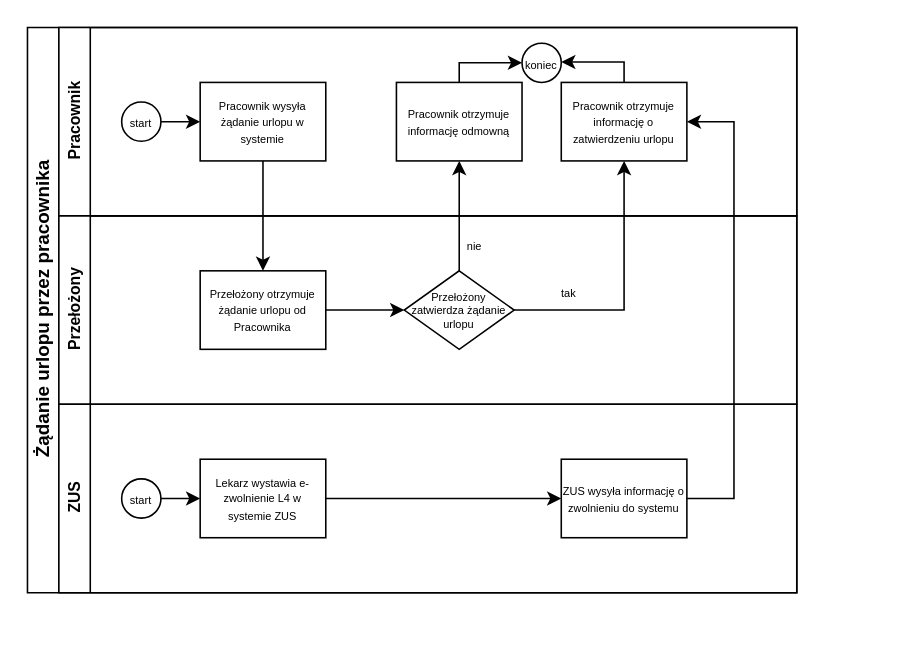
radekchybowski/cokolwiek keeps this draw.io diagram as Diagram bez tytułu.drawio. Above is the earlier version. Source tidied: cells renumbered, new cells numbered last; positions are measured from the earlier drawing's top-left corner, leaving out a move shared by most shapes. Both pictures are drawn from the tidied source at 157%, with x=0, y=0 at pixel (27, 27).
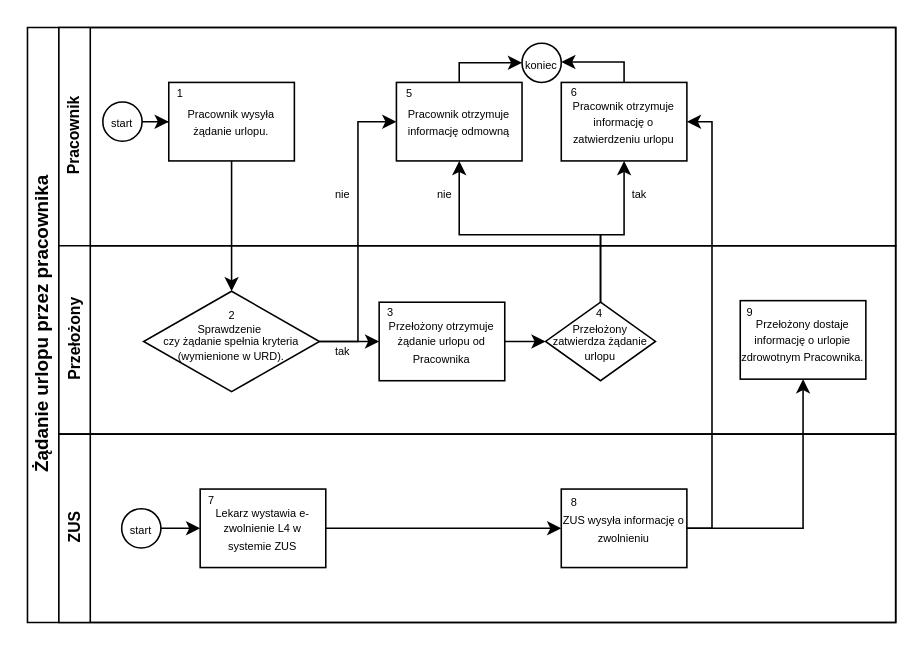
The same diagram, later.

Unchanged cells that the change refers to:
```xml
<mxCell id="7" value="&lt;p style=&quot;line-height: 70%;&quot;&gt;&lt;font style=&quot;font-size: 7px;&quot;&gt;Pracownik otrzymuje informację o zatwierdzeniu urlopu&lt;/font&gt;&lt;/p&gt;" style="rounded=0;whiteSpace=wrap;html=1;fontFamily=Helvetica;fontSize=12;fontColor=#000000;align=center;" parent="3" vertex="1">
  <mxGeometry x="320" y="35" width="80" height="50" as="geometry" />
</mxCell>
<mxCell id="11" value="&lt;p style=&quot;line-height: 70%;&quot;&gt;&lt;font style=&quot;font-size: 7px;&quot;&gt;Pracownik otrzymuje informację odmowną&lt;/font&gt;&lt;/p&gt;" style="rounded=0;whiteSpace=wrap;html=1;fontFamily=Helvetica;fontSize=12;fontColor=#000000;align=center;" parent="3" vertex="1">
  <mxGeometry x="215" y="35" width="80" height="50" as="geometry" />
</mxCell>
```

The edit, as a diff of the source:
```diff
@@
     <mxCell id="2" value="Żądanie urlopu przez pracownika" style="swimlane;html=1;horizontal=0;startSize=20;" parent="1" vertex="1">
-      <mxGeometry width="490" height="360" as="geometry" />
+      <mxGeometry width="553" height="379" as="geometry" />
     </mxCell>
     <mxCell id="3" value="&lt;font style=&quot;font-size: 10px;&quot;&gt;Pracownik&lt;/font&gt;" style="swimlane;html=1;startSize=20;horizontal=0;" parent="2" vertex="1">
-      <mxGeometry x="20" width="470" height="120" as="geometry" />
+      <mxGeometry x="20" width="533" height="139" as="geometry" />
     </mxCell>
@@
-    <mxCell id="5" value="&lt;p style=&quot;line-height: 70%;&quot;&gt;&lt;font style=&quot;font-size: 7px;&quot;&gt;Pracownik wysyła żądanie urlopu w systemie&lt;/font&gt;&lt;/p&gt;" style="rounded=0;whiteSpace=wrap;html=1;fontFamily=Helvetica;fontSize=12;fontColor=#000000;align=center;" parent="3" vertex="1">
-      <mxGeometry x="90" y="35" width="80" height="50" as="geometry" />
-    </mxCell>
@@
     <mxCell id="8" value="&lt;p style=&quot;line-height: 0%;&quot;&gt;&lt;font style=&quot;font-size: 7px;&quot;&gt;s&lt;/font&gt;&lt;font style=&quot;font-size: 7px;&quot;&gt;t&lt;/font&gt;&lt;font style=&quot;font-size: 7px;&quot;&gt;a&lt;/font&gt;&lt;font style=&quot;font-size: 7px;&quot;&gt;rt&lt;/font&gt;&lt;/p&gt;" style="ellipse;whiteSpace=wrap;html=1;" parent="3" vertex="1">
-      <mxGeometry x="40" y="47.5" width="25" height="25" as="geometry" />
+      <mxGeometry x="28" y="47.5" width="25" height="25" as="geometry" />
     </mxCell>
@@
+    <mxCell id="28" style="group;" parent="3" vertex="1">
+      <mxGeometry x="65" y="31" width="85" height="54" as="geometry" />
+    </mxCell>
+    <mxCell id="5" value="&lt;p style=&quot;line-height: 70%;&quot;&gt;&lt;font style=&quot;font-size: 7px;&quot;&gt;Pracownik wysyła żądanie urlopu.&lt;/font&gt;&lt;/p&gt;" style="rounded=0;whiteSpace=wrap;html=1;fontFamily=Helvetica;fontSize=12;fontColor=#000000;align=center;" parent="28" vertex="1">
+      <mxGeometry x="5" y="4" width="80" height="50" as="geometry" />
+    </mxCell>
+    <mxCell id="29" value="&lt;font style=&quot;font-size: 7px;&quot;&gt;1&lt;/font&gt;" style="text;html=1;strokeColor=none;fillColor=none;align=center;verticalAlign=middle;whiteSpace=wrap;rounded=0;" parent="28" vertex="1">
+      <mxGeometry width="25" height="20" as="geometry" />
+    </mxCell>
+    <mxCell id="30" value="&lt;font style=&quot;font-size: 7px;&quot;&gt;5&lt;br&gt;&lt;/font&gt;" style="text;html=1;strokeColor=none;fillColor=none;align=center;verticalAlign=middle;whiteSpace=wrap;rounded=0;" parent="3" vertex="1">
+      <mxGeometry x="211" y="31" width="25" height="20" as="geometry" />
+    </mxCell>
+    <mxCell id="31" value="&lt;font style=&quot;font-size: 7px;&quot;&gt;6&lt;br&gt;&lt;/font&gt;" style="text;html=1;strokeColor=none;fillColor=none;align=center;verticalAlign=middle;whiteSpace=wrap;rounded=0;" parent="3" vertex="1">
+      <mxGeometry x="316" y="30" width="25" height="20" as="geometry" />
+    </mxCell>
+    <mxCell id="17" value="&lt;font style=&quot;font-size: 7px;&quot;&gt;tak&lt;/font&gt;" style="text;html=1;strokeColor=none;fillColor=none;align=center;verticalAlign=middle;whiteSpace=wrap;rounded=0;" parent="3" vertex="1">
+      <mxGeometry x="355" y="97" width="30" height="15" as="geometry" />
+    </mxCell>
+    <mxCell id="16" value="&lt;font style=&quot;font-size: 7px;&quot;&gt;nie&lt;/font&gt;" style="text;html=1;strokeColor=none;fillColor=none;align=center;verticalAlign=middle;whiteSpace=wrap;rounded=0;" parent="3" vertex="1">
+      <mxGeometry x="231" y="97" width="30" height="15" as="geometry" />
+    </mxCell>
+    <mxCell id="32" value="&lt;font style=&quot;font-size: 7px;&quot;&gt;nie&lt;/font&gt;" style="text;html=1;strokeColor=none;fillColor=none;align=center;verticalAlign=middle;whiteSpace=wrap;rounded=0;" parent="3" vertex="1">
+      <mxGeometry x="166" y="97" width="30" height="15" as="geometry" />
+    </mxCell>
     <mxCell id="12" value="&lt;font style=&quot;font-size: 10px;&quot;&gt;Przełożony&lt;/font&gt;" style="swimlane;html=1;startSize=20;horizontal=0;" parent="2" vertex="1">
-      <mxGeometry x="20" y="120" width="470" height="120" as="geometry" />
+      <mxGeometry x="20" y="139" width="533" height="120" as="geometry" />
     </mxCell>
@@
     <mxCell id="14" value="&lt;p style=&quot;line-height: 60%;&quot;&gt;&lt;font style=&quot;font-size: 7px;&quot;&gt;Przełożony zatwierdza żądanie urlopu&lt;/font&gt;&lt;/p&gt;" style="rhombus;whiteSpace=wrap;html=1;fontFamily=Helvetica;fontSize=12;fontColor=#000000;align=center;perimeterSpacing=0;rounded=0;" parent="12" vertex="1">
-      <mxGeometry x="220" y="35" width="70" height="50" as="geometry" />
+      <mxGeometry x="310" y="36" width="70" height="50" as="geometry" />
     </mxCell>
     <mxCell id="15" value="&lt;p style=&quot;line-height: 70%;&quot;&gt;&lt;font style=&quot;font-size: 7px;&quot;&gt;Przełożony otrzymuje żądanie urlopu od Pracownika&lt;/font&gt;&lt;/p&gt;" style="rounded=0;whiteSpace=wrap;html=1;fontFamily=Helvetica;fontSize=12;fontColor=#000000;align=center;" parent="12" vertex="1">
-      <mxGeometry x="90" y="35" width="80" height="50" as="geometry" />
+      <mxGeometry x="204" y="36" width="80" height="50" as="geometry" />
     </mxCell>
-    <mxCell id="16" value="&lt;font style=&quot;font-size: 7px;&quot;&gt;nie&lt;/font&gt;" style="text;html=1;strokeColor=none;fillColor=none;align=center;verticalAlign=middle;whiteSpace=wrap;rounded=0;" parent="12" vertex="1">
-      <mxGeometry x="250" y="10" width="30" height="15" as="geometry" />
-    </mxCell>
-    <mxCell id="17" value="&lt;font style=&quot;font-size: 7px;&quot;&gt;tak&lt;/font&gt;" style="text;html=1;strokeColor=none;fillColor=none;align=center;verticalAlign=middle;whiteSpace=wrap;rounded=0;" parent="12" vertex="1">
-      <mxGeometry x="310" y="40" width="30" height="15" as="geometry" />
-    </mxCell>
+    <mxCell id="33" value="&lt;font style=&quot;font-size: 7px;&quot;&gt;3&lt;/font&gt;" style="text;html=1;strokeColor=none;fillColor=none;align=center;verticalAlign=middle;whiteSpace=wrap;rounded=0;" parent="12" vertex="1">
+      <mxGeometry x="199" y="31" width="25" height="20" as="geometry" />
+    </mxCell>
+    <mxCell id="34" value="&lt;font style=&quot;font-size: 7px;&quot;&gt;4&lt;/font&gt;" style="text;html=1;strokeColor=none;fillColor=none;align=center;verticalAlign=middle;whiteSpace=wrap;rounded=0;" parent="12" vertex="1">
+      <mxGeometry x="331.5" y="32" width="25" height="20" as="geometry" />
+    </mxCell>
+    <mxCell id="35" style="edgeStyle=orthogonalEdgeStyle;rounded=0;jettySize=auto;html=1;entryX=0;entryY=0.5;entryDx=0;entryDy=0;" parent="12" edge="1" source="36" target="15">
+      <mxGeometry relative="1" as="geometry" />
+    </mxCell>
+    <mxCell id="36" value="&lt;p style=&quot;line-height: 60%;&quot;&gt;&lt;span style=&quot;font-size: 7px; background-color: initial;&quot;&gt;Sprawdzenie&amp;nbsp;&lt;br&gt;&lt;/span&gt;&lt;span style=&quot;background-color: initial; font-size: 7px;&quot;&gt;czy żądanie spełnia kryteria (wymienione w URD).&lt;/span&gt;&lt;/p&gt;" style="rhombus;whiteSpace=wrap;html=1;fontFamily=Helvetica;fontSize=12;fontColor=#000000;align=center;perimeterSpacing=0;rounded=0;" parent="12" vertex="1">
+      <mxGeometry x="54" y="29" width="112" height="64" as="geometry" />
+    </mxCell>
+    <mxCell id="37" value="&lt;font style=&quot;font-size: 7px;&quot;&gt;tak&lt;/font&gt;" style="text;html=1;strokeColor=none;fillColor=none;align=center;verticalAlign=middle;whiteSpace=wrap;rounded=0;" parent="12" vertex="1">
+      <mxGeometry x="166" y="58" width="30" height="15" as="geometry" />
+    </mxCell>
+    <mxCell id="38" value="&lt;p style=&quot;line-height: 70%;&quot;&gt;&lt;font style=&quot;font-size: 7px;&quot;&gt;Przełożony dostaje informację o urlopie zdrowotnym Pracownika.&lt;/font&gt;&lt;/p&gt;" style="rounded=0;whiteSpace=wrap;html=1;fontFamily=Helvetica;fontSize=12;fontColor=#000000;align=center;" parent="12" vertex="1">
+      <mxGeometry x="434" y="35" width="80" height="50" as="geometry" />
+    </mxCell>
+    <mxCell id="39" value="&lt;font style=&quot;font-size: 7px;&quot;&gt;9&lt;br&gt;&lt;/font&gt;" style="text;html=1;strokeColor=none;fillColor=none;align=center;verticalAlign=middle;whiteSpace=wrap;rounded=0;" parent="12" vertex="1">
+      <mxGeometry x="428" y="31" width="25" height="20" as="geometry" />
+    </mxCell>
-    <mxCell id="18" value="&lt;font style=&quot;font-size: 10px;&quot;&gt;ZUS&lt;/font&gt;" style="swimlane;html=1;startSize=20;horizontal=0;" parent="2" vertex="1">
-      <mxGeometry x="20" y="240" width="470" height="120" as="geometry" />
+    <mxCell id="18" value="&lt;font style=&quot;font-size: 10px;&quot;&gt;ZUS&lt;/font&gt;" style="swimlane;html=1;startSize=20;horizontal=0;shadow=0;rounded=0;swimlaneLine=1;" parent="2" vertex="1">
+      <mxGeometry x="20" y="259" width="533" height="120" as="geometry" />
     </mxCell>
@@
-    <mxCell id="21" value="&lt;p style=&quot;line-height: 70%;&quot;&gt;&lt;span style=&quot;font-size: 7px;&quot;&gt;ZUS wysyła informację o zwolnieniu do systemu&lt;/span&gt;&lt;/p&gt;" style="rounded=0;whiteSpace=wrap;html=1;fontFamily=Helvetica;fontSize=12;fontColor=#000000;align=center;" parent="18" vertex="1">
+    <mxCell id="21" value="&lt;p style=&quot;line-height: 70%;&quot;&gt;&lt;span style=&quot;font-size: 7px;&quot;&gt;ZUS wysyła informację o zwolnieniu&lt;/span&gt;&lt;/p&gt;" style="rounded=0;whiteSpace=wrap;html=1;fontFamily=Helvetica;fontSize=12;fontColor=#000000;align=center;" parent="18" vertex="1">
       <mxGeometry x="320" y="35" width="80" height="50" as="geometry" />
     </mxCell>
@@
-    <mxCell id="24" style="edgeStyle=orthogonalEdgeStyle;rounded=0;jettySize=auto;html=1;" parent="2" edge="1" source="5" target="15">
-      <mxGeometry relative="1" as="geometry" />
-    </mxCell>
+    <mxCell id="40" value="&lt;font style=&quot;font-size: 7px;&quot;&gt;7&lt;br&gt;&lt;/font&gt;" style="text;html=1;strokeColor=none;fillColor=none;align=center;verticalAlign=middle;whiteSpace=wrap;rounded=0;" parent="18" vertex="1">
+      <mxGeometry x="85" y="30.5" width="25" height="20" as="geometry" />
+    </mxCell>
+    <mxCell id="41" value="&lt;font style=&quot;font-size: 7px;&quot;&gt;8&lt;br&gt;&lt;/font&gt;" style="text;html=1;strokeColor=none;fillColor=none;align=center;verticalAlign=middle;whiteSpace=wrap;rounded=0;" parent="18" vertex="1">
+      <mxGeometry x="316" y="31.5" width="25" height="20" as="geometry" />
+    </mxCell>
     <mxCell id="25" style="edgeStyle=orthogonalEdgeStyle;rounded=0;jettySize=auto;html=1;" parent="2" edge="1" source="14" target="7">
-      <mxGeometry relative="1" as="geometry" />
+      <mxGeometry relative="1" as="geometry">
+        <Array as="points">
+          <mxPoint x="365" y="132" />
+          <mxPoint x="380" y="132" />
+        </Array>
+      </mxGeometry>
     </mxCell>
     <mxCell id="26" style="edgeStyle=orthogonalEdgeStyle;rounded=0;jettySize=auto;html=1;entryX=0.5;entryY=1;entryDx=0;entryDy=0;" parent="2" edge="1" source="14" target="11">
-      <mxGeometry relative="1" as="geometry" />
+      <mxGeometry relative="1" as="geometry">
+        <Array as="points">
+          <mxPoint x="365" y="132" />
+          <mxPoint x="275" y="132" />
+        </Array>
+      </mxGeometry>
     </mxCell>
     <mxCell id="27" style="edgeStyle=orthogonalEdgeStyle;rounded=0;jettySize=auto;html=1;entryX=1;entryY=0.5;entryDx=0;entryDy=0;" parent="2" edge="1" source="21" target="7">
       <mxGeometry relative="1" as="geometry">
         <Array as="points">
-          <mxPoint x="450" y="300" />
-          <mxPoint x="450" y="60" />
+          <mxPoint x="436" y="319" />
+          <mxPoint x="436" y="60" />
         </Array>
       </mxGeometry>
     </mxCell>
+    <mxCell id="42" style="edgeStyle=orthogonalEdgeStyle;rounded=0;jettySize=auto;html=1;entryX=0;entryY=0.5;entryDx=0;entryDy=0;" parent="2" edge="1" source="36" target="11">
+      <mxGeometry relative="1" as="geometry" />
+    </mxCell>
+    <mxCell id="24" style="edgeStyle=orthogonalEdgeStyle;rounded=0;jettySize=auto;html=1;entryX=0.5;entryY=0;entryDx=0;entryDy=0;" parent="2" edge="1" source="5" target="36">
+      <mxGeometry relative="1" as="geometry" />
+    </mxCell>
+    <mxCell id="43" style="edgeStyle=orthogonalEdgeStyle;rounded=0;jettySize=auto;html=1;entryX=0.5;entryY=1;entryDx=0;entryDy=0;" parent="2" edge="1" source="21" target="38">
+      <mxGeometry relative="1" as="geometry">
+        <Array as="points">
+          <mxPoint x="494" y="319" />
+        </Array>
+      </mxGeometry>
+    </mxCell>
+    <mxCell id="44" value="&lt;font style=&quot;font-size: 7px;&quot;&gt;2&lt;/font&gt;" style="text;html=1;strokeColor=none;fillColor=none;align=center;verticalAlign=middle;whiteSpace=wrap;rounded=0;" parent="1" vertex="1">
+      <mxGeometry x="118" y="172" width="25" height="20" as="geometry" />
+    </mxCell>
```
